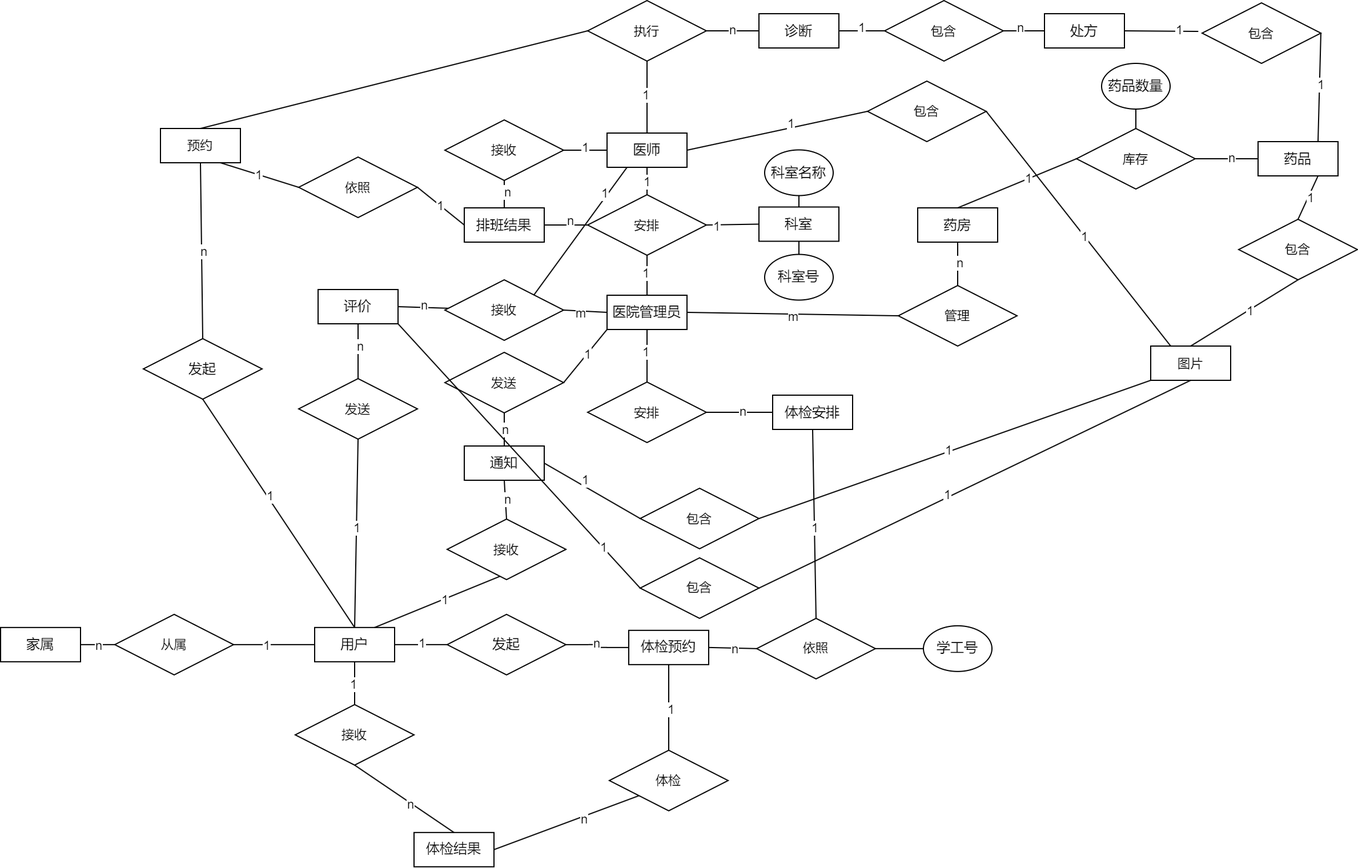
Meng-XuanYu/Medical_System keeps this draw.io diagram as docs/系统设计报告/images/initER.png. Above is the earlier version. Source tidied: cells renumbered, new cells last; positions are measured from the earlier drawing's top-left corner, leaving out a move shared by most shapes.
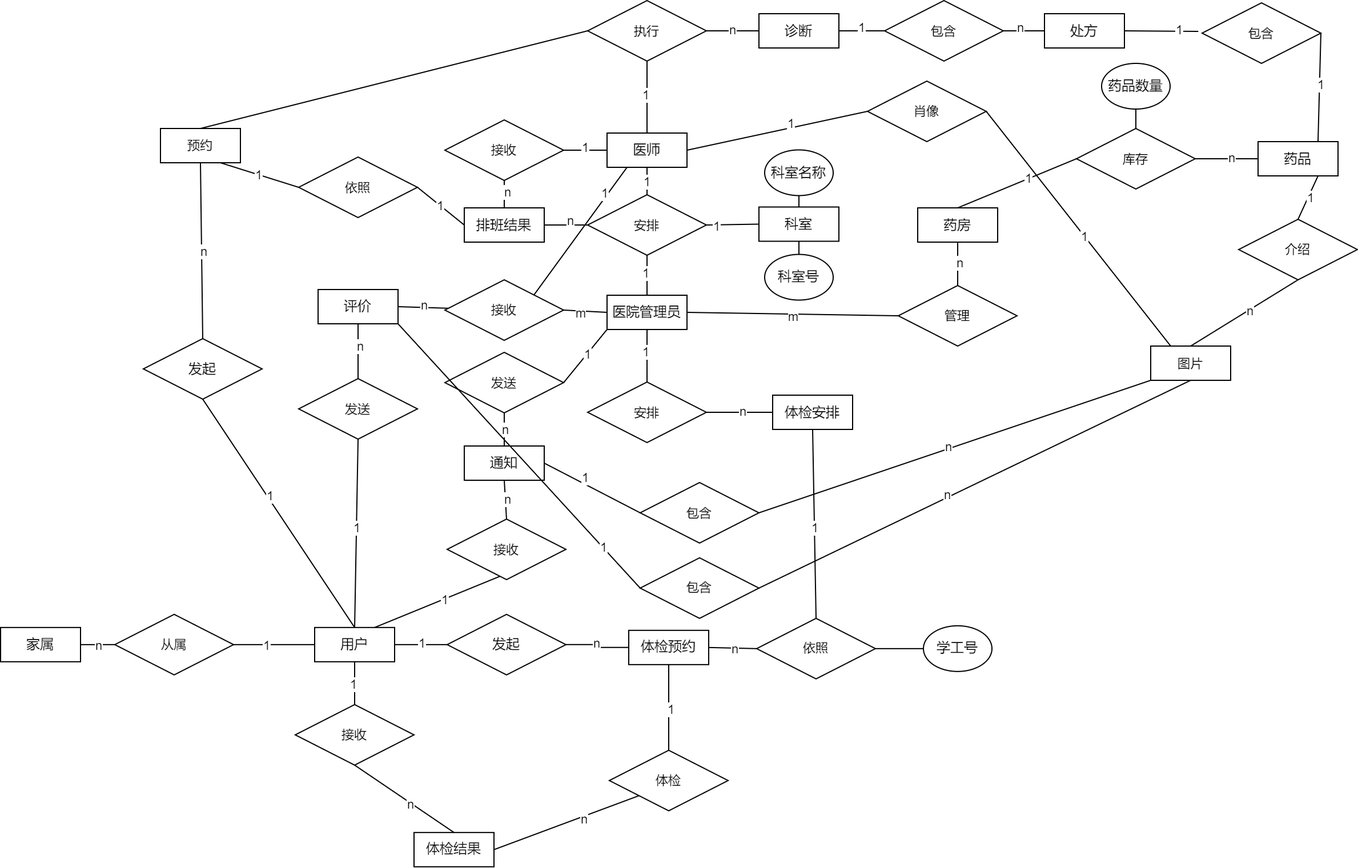
Later version of the same file.

Change to the diagram source:
```diff
@@ -422,10 +422,10 @@
     <mxCell id="139" style="edgeStyle=none;shape=connector;rounded=0;jettySize=auto;html=1;exitX=0.5;exitY=1;exitDx=0;exitDy=0;entryX=0.5;entryY=0;entryDx=0;entryDy=0;strokeColor=default;align=center;verticalAlign=middle;fontFamily=Helvetica;fontSize=11;fontColor=default;labelBackgroundColor=default;endArrow=none;endFill=0;" parent="1" edge="1" source="141" target="138">
       <mxGeometry relative="1" as="geometry" />
     </mxCell>
-    <mxCell id="140" value="1" style="edgeLabel;html=1;align=center;verticalAlign=middle;fontFamily=Helvetica;fontSize=11;fontColor=default;labelBackgroundColor=default;" parent="139" vertex="1">
+    <mxCell id="140" value="n" style="edgeLabel;html=1;align=center;verticalAlign=middle;fontFamily=Helvetica;fontSize=11;fontColor=default;labelBackgroundColor=default;" parent="139" vertex="1">
       <mxGeometry x="-0.1" y="1" relative="1" as="geometry" />
     </mxCell>
-    <mxCell id="141" value="包含" style="rhombus;whiteSpace=wrap;html=1;fontFamily=Helvetica;fontSize=11;fontColor=default;labelBackgroundColor=default;" parent="1" vertex="1">
+    <mxCell id="141" value="介绍" style="rhombus;whiteSpace=wrap;html=1;fontFamily=Helvetica;fontSize=11;fontColor=default;labelBackgroundColor=default;" parent="1" vertex="1">
       <mxGeometry x="1084" y="191.5" width="104" height="53" as="geometry" />
     </mxCell>
     <mxCell id="142" style="edgeStyle=none;shape=connector;rounded=0;jettySize=auto;html=1;exitX=1;exitY=0.5;exitDx=0;exitDy=0;entryX=0.25;entryY=0;entryDx=0;entryDy=0;strokeColor=default;align=center;verticalAlign=middle;fontFamily=Helvetica;fontSize=11;fontColor=default;labelBackgroundColor=default;endArrow=none;endFill=0;" parent="1" edge="1" source="144" target="138">
@@ -434,22 +434,22 @@
     <mxCell id="143" value="1" style="edgeLabel;html=1;align=center;verticalAlign=middle;fontFamily=Helvetica;fontSize=11;fontColor=default;labelBackgroundColor=default;" parent="142" vertex="1">
       <mxGeometry x="0.06" y="-1" relative="1" as="geometry" />
     </mxCell>
-    <mxCell id="144" value="包含" style="rhombus;whiteSpace=wrap;html=1;fontFamily=Helvetica;fontSize=11;fontColor=default;labelBackgroundColor=default;" parent="1" vertex="1">
+    <mxCell id="144" value="肖像" style="rhombus;whiteSpace=wrap;html=1;fontFamily=Helvetica;fontSize=11;fontColor=default;labelBackgroundColor=default;" parent="1" vertex="1">
       <mxGeometry x="759" y="70.5" width="104" height="53" as="geometry" />
     </mxCell>
     <mxCell id="145" style="edgeStyle=none;shape=connector;rounded=0;jettySize=auto;html=1;exitX=1;exitY=0.5;exitDx=0;exitDy=0;entryX=0;entryY=1;entryDx=0;entryDy=0;strokeColor=default;align=center;verticalAlign=middle;fontFamily=Helvetica;fontSize=11;fontColor=default;labelBackgroundColor=default;endArrow=none;endFill=0;" parent="1" edge="1" source="147" target="138">
       <mxGeometry relative="1" as="geometry" />
     </mxCell>
-    <mxCell id="146" value="1" style="edgeLabel;html=1;align=center;verticalAlign=middle;fontFamily=Helvetica;fontSize=11;fontColor=default;labelBackgroundColor=default;" parent="145" vertex="1">
+    <mxCell id="146" value="n" style="edgeLabel;html=1;align=center;verticalAlign=middle;fontFamily=Helvetica;fontSize=11;fontColor=default;labelBackgroundColor=default;" parent="145" vertex="1">
       <mxGeometry x="-0.03" y="2" relative="1" as="geometry" />
     </mxCell>
     <mxCell id="147" value="包含" style="rhombus;whiteSpace=wrap;html=1;fontFamily=Helvetica;fontSize=11;fontColor=default;labelBackgroundColor=default;" parent="1" vertex="1">
-      <mxGeometry x="560" y="427" width="104" height="53" as="geometry" />
+      <mxGeometry x="560" y="422" width="104" height="53" as="geometry" />
     </mxCell>
     <mxCell id="148" style="edgeStyle=none;shape=connector;rounded=0;jettySize=auto;html=1;exitX=1;exitY=0.5;exitDx=0;exitDy=0;entryX=0.5;entryY=1;entryDx=0;entryDy=0;strokeColor=default;align=center;verticalAlign=middle;fontFamily=Helvetica;fontSize=11;fontColor=default;labelBackgroundColor=default;endArrow=none;endFill=0;" parent="1" edge="1" source="150" target="138">
       <mxGeometry relative="1" as="geometry" />
     </mxCell>
-    <mxCell id="149" value="1" style="edgeLabel;html=1;align=center;verticalAlign=middle;fontFamily=Helvetica;fontSize=11;fontColor=default;labelBackgroundColor=default;" parent="148" vertex="1">
+    <mxCell id="149" value="n" style="edgeLabel;html=1;align=center;verticalAlign=middle;fontFamily=Helvetica;fontSize=11;fontColor=default;labelBackgroundColor=default;" parent="148" vertex="1">
       <mxGeometry x="-0.12" y="4" relative="1" as="geometry">
         <mxPoint y="1" as="offset" />
       </mxGeometry>
```
